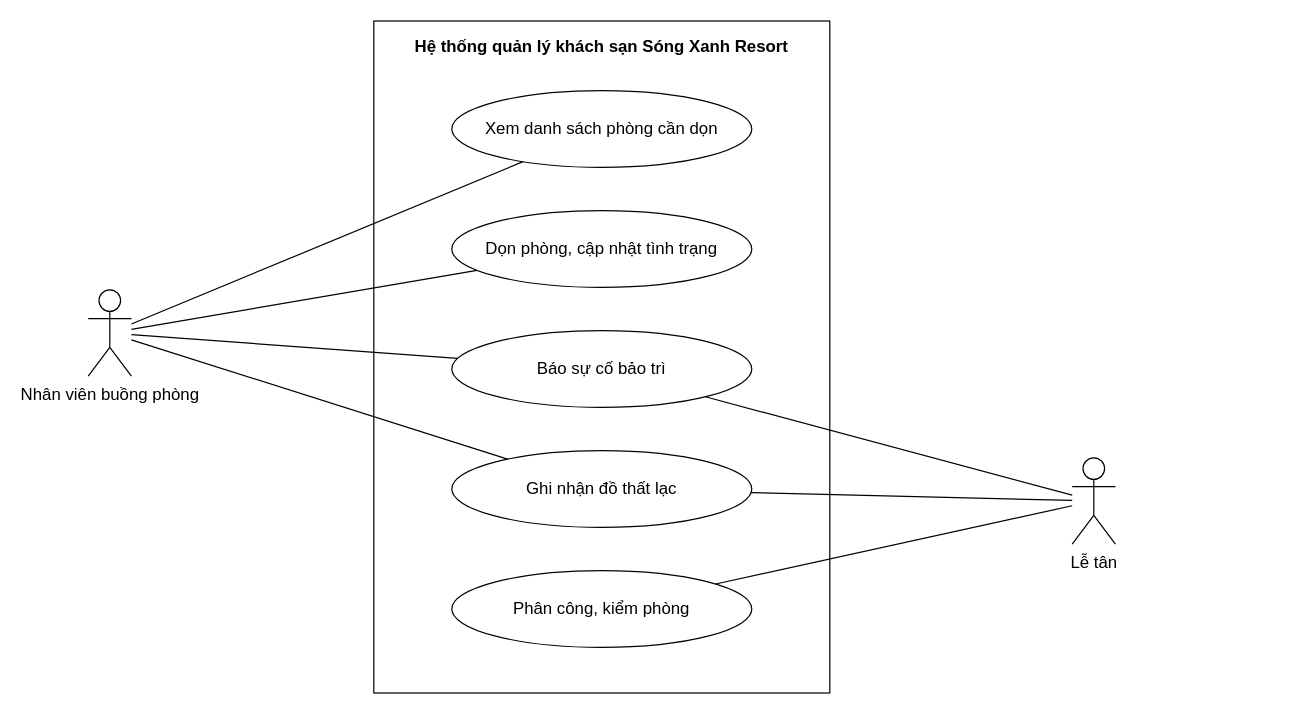
The draw.io diagram docs/use-case/ucn3-buong-phong.drawio in ngynquchn2511/beach-hotel, before the edit. Source tidied: cells renumbered, new cells numbered last; positions are measured from the earlier drawing's top-left corner, leaving out a move shared by most shapes. Both pictures are drawn from the tidied source at 120%, with x=0, y=0 at pixel (88, 20).
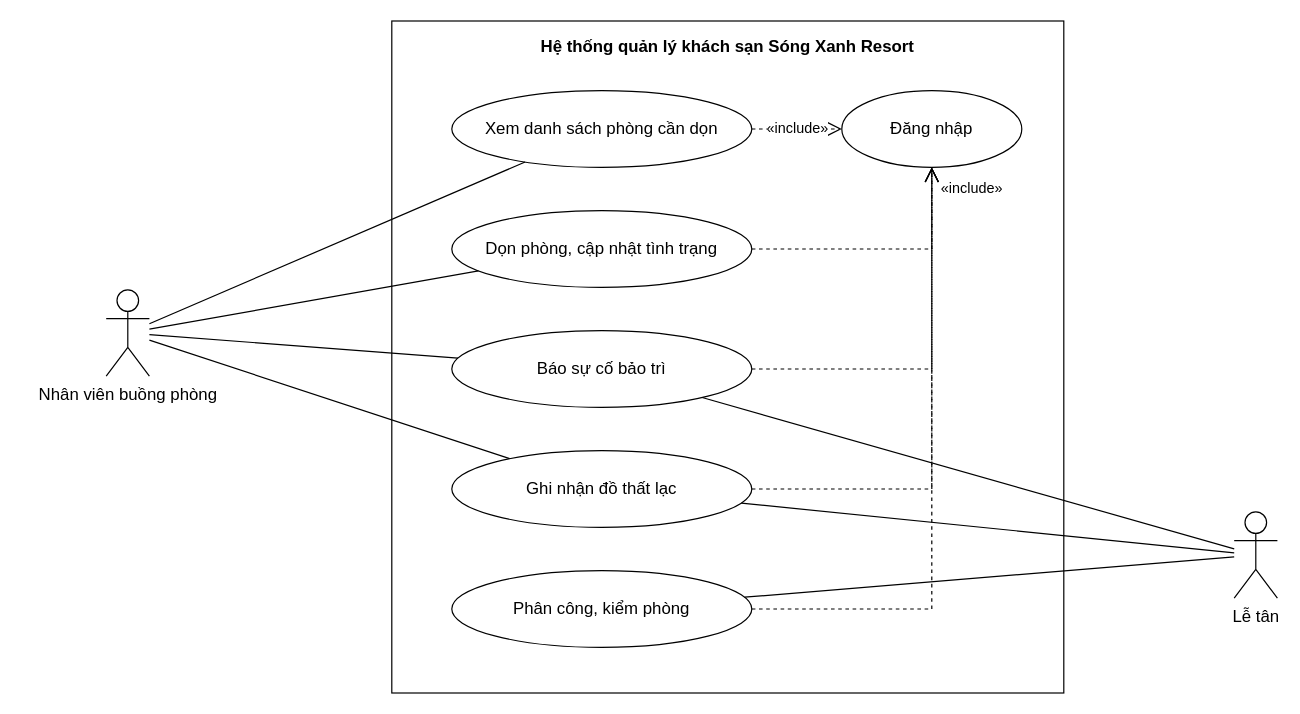
After the change.

The change refers to these unchanged cells:
```xml
<mxCell id="3" value="Xem danh sách phòng cần dọn" style="fontFamily=Arial;fontColor=#000000;ellipse;whiteSpace=wrap;html=1;fillColor=#FFFFFF;strokeColor=#000000;fontSize=14;" parent="1" vertex="1">
  <mxGeometry x="303" y="58" width="250" height="64" as="geometry" />
</mxCell>
<mxCell id="4" value="Dọn phòng, cập nhật tình trạng" style="fontFamily=Arial;fontColor=#000000;ellipse;whiteSpace=wrap;html=1;fillColor=#FFFFFF;strokeColor=#000000;fontSize=14;" parent="1" vertex="1">
  <mxGeometry x="303" y="158" width="250" height="64" as="geometry" />
</mxCell>
<mxCell id="5" value="Báo sự cố bảo trì" style="fontFamily=Arial;fontColor=#000000;ellipse;whiteSpace=wrap;html=1;fillColor=#FFFFFF;strokeColor=#000000;fontSize=14;" parent="1" vertex="1">
  <mxGeometry x="303" y="258" width="250" height="64" as="geometry" />
</mxCell>
<mxCell id="6" value="Ghi nhận đồ thất lạc" style="fontFamily=Arial;fontColor=#000000;ellipse;whiteSpace=wrap;html=1;fillColor=#FFFFFF;strokeColor=#000000;fontSize=14;" parent="1" vertex="1">
  <mxGeometry x="303" y="358" width="250" height="64" as="geometry" />
</mxCell>
<mxCell id="7" value="Phân công, kiểm phòng" style="fontFamily=Arial;fontColor=#000000;ellipse;whiteSpace=wrap;html=1;fillColor=#FFFFFF;strokeColor=#000000;fontSize=14;" parent="1" vertex="1">
  <mxGeometry x="303" y="458" width="250" height="64" as="geometry" />
</mxCell>
```

What changed in the source:
```diff
@@
     <mxCell id="2" value="Hệ thống quản lý khách sạn Sóng Xanh Resort" style="fontFamily=Arial;fontColor=#000000;rounded=0;whiteSpace=wrap;html=1;verticalAlign=top;fontStyle=1;fontSize=14;fillColor=none;strokeColor=#000000;spacingTop=6;" parent="1" vertex="1">
-      <mxGeometry x="238" width="380" height="560" as="geometry" />
+      <mxGeometry x="253" width="560" height="560" as="geometry" />
     </mxCell>
@@
-    <mxCell id="8" value="Nhân viên buồng phòng" style="fontFamily=Arial;fontColor=#000000;shape=umlActor;verticalLabelPosition=bottom;verticalAlign=top;html=1;outlineConnect=0;fillColor=#FFFFFF;strokeColor=#000000;fontSize=14;" parent="1" vertex="1">
-      <mxGeometry y="224" width="36" height="72" as="geometry" />
+    <mxCell id="8" value="Đăng nhập" style="fontFamily=Arial;fontColor=#000000;ellipse;whiteSpace=wrap;html=1;fillColor=#FFFFFF;strokeColor=#000000;fontSize=14;" parent="1" vertex="1">
+      <mxGeometry x="628" y="58" width="150" height="64" as="geometry" />
     </mxCell>
-    <mxCell id="9" value="Lễ tân" style="fontFamily=Arial;fontColor=#000000;shape=umlActor;verticalLabelPosition=bottom;verticalAlign=top;html=1;outlineConnect=0;fillColor=#FFFFFF;strokeColor=#000000;fontSize=14;" parent="1" vertex="1">
-      <mxGeometry x="820" y="364" width="36" height="72" as="geometry" />
-    </mxCell>
+    <mxCell id="17" value="«include»" style="fontFamily=Arial;fontColor=#000000;endArrow=open;endSize=10;dashed=1;html=1;strokeColor=#000000;rounded=0;fontSize=12;labelBackgroundColor=#FFFFFF;exitX=1;exitY=0.5;exitDx=0;exitDy=0;exitPerimeter=0;entryX=0;entryY=0.5;entryDx=0;entryDy=0;entryPerimeter=0;" parent="1" edge="1" source="3" target="8">
+      <mxGeometry relative="1" as="geometry" />
+    </mxCell>
-    <mxCell id="10" style="fontFamily=Arial;fontColor=#000000;endArrow=none;html=1;strokeColor=#000000;rounded=0;" parent="1" edge="1" source="8" target="3">
-      <mxGeometry relative="1" as="geometry" />
+    <mxCell id="10" style="fontFamily=Arial;fontColor=#000000;endArrow=open;endSize=10;dashed=1;html=1;strokeColor=#000000;rounded=0;fontSize=12;labelBackgroundColor=#FFFFFF;exitX=1;exitY=0.5;exitDx=0;exitDy=0;exitPerimeter=0;entryX=0.5;entryY=1;entryDx=0;entryDy=0;entryPerimeter=0;" parent="1" edge="1" source="4" target="8">
+      <mxGeometry relative="1" as="geometry">
+        <Array as="points">
+          <mxPoint x="703" y="190" />
+        </Array>
+      </mxGeometry>
     </mxCell>
-    <mxCell id="11" style="fontFamily=Arial;fontColor=#000000;endArrow=none;html=1;strokeColor=#000000;rounded=0;" parent="1" edge="1" source="8" target="4">
-      <mxGeometry relative="1" as="geometry" />
+    <mxCell id="11" style="fontFamily=Arial;fontColor=#000000;endArrow=open;endSize=10;dashed=1;html=1;strokeColor=#000000;rounded=0;fontSize=12;labelBackgroundColor=#FFFFFF;exitX=1;exitY=0.5;exitDx=0;exitDy=0;exitPerimeter=0;entryX=0.5;entryY=1;entryDx=0;entryDy=0;entryPerimeter=0;" parent="1" edge="1" source="5" target="8">
+      <mxGeometry relative="1" as="geometry">
+        <Array as="points">
+          <mxPoint x="703" y="290" />
+        </Array>
+      </mxGeometry>
     </mxCell>
-    <mxCell id="12" style="fontFamily=Arial;fontColor=#000000;endArrow=none;html=1;strokeColor=#000000;rounded=0;" parent="1" edge="1" source="8" target="5">
-      <mxGeometry relative="1" as="geometry" />
+    <mxCell id="12" style="fontFamily=Arial;fontColor=#000000;endArrow=open;endSize=10;dashed=1;html=1;strokeColor=#000000;rounded=0;fontSize=12;labelBackgroundColor=#FFFFFF;exitX=1;exitY=0.5;exitDx=0;exitDy=0;exitPerimeter=0;entryX=0.5;entryY=1;entryDx=0;entryDy=0;entryPerimeter=0;" parent="1" edge="1" source="6" target="8">
+      <mxGeometry relative="1" as="geometry">
+        <Array as="points">
+          <mxPoint x="703" y="390" />
+        </Array>
+      </mxGeometry>
     </mxCell>
-    <mxCell id="13" style="fontFamily=Arial;fontColor=#000000;endArrow=none;html=1;strokeColor=#000000;rounded=0;" parent="1" edge="1" source="8" target="6">
-      <mxGeometry relative="1" as="geometry" />
+    <mxCell id="13" style="fontFamily=Arial;fontColor=#000000;endArrow=open;endSize=10;dashed=1;html=1;strokeColor=#000000;rounded=0;fontSize=12;labelBackgroundColor=#FFFFFF;exitX=1;exitY=0.5;exitDx=0;exitDy=0;exitPerimeter=0;entryX=0.5;entryY=1;entryDx=0;entryDy=0;entryPerimeter=0;" parent="1" edge="1" source="7" target="8">
+      <mxGeometry relative="1" as="geometry">
+        <Array as="points">
+          <mxPoint x="703" y="490" />
+        </Array>
+      </mxGeometry>
     </mxCell>
+    <mxCell id="18" value="«include»" style="fontFamily=Arial;fontColor=#000000;text;html=1;align=left;verticalAlign=middle;fontSize=12;strokeColor=none;fillColor=none;" parent="1" vertex="1">
+      <mxGeometry x="709" y="130" width="80" height="20" as="geometry" />
+    </mxCell>
+    <mxCell id="19" value="Nhân viên buồng phòng" style="fontFamily=Arial;fontColor=#000000;shape=umlActor;verticalLabelPosition=bottom;verticalAlign=top;html=1;outlineConnect=0;fillColor=#FFFFFF;strokeColor=#000000;fontSize=14;" parent="1" vertex="1">
+      <mxGeometry x="15" y="224" width="36" height="72" as="geometry" />
+    </mxCell>
+    <mxCell id="9" value="Lễ tân" style="fontFamily=Arial;fontColor=#000000;shape=umlActor;verticalLabelPosition=bottom;verticalAlign=top;html=1;outlineConnect=0;fillColor=#FFFFFF;strokeColor=#000000;fontSize=14;" parent="1" vertex="1">
+      <mxGeometry x="955" y="409" width="36" height="72" as="geometry" />
+    </mxCell>
+    <mxCell id="20" style="fontFamily=Arial;fontColor=#000000;endArrow=none;html=1;strokeColor=#000000;rounded=0;" parent="1" edge="1" source="19" target="3">
+      <mxGeometry relative="1" as="geometry" />
+    </mxCell>
+    <mxCell id="21" style="fontFamily=Arial;fontColor=#000000;endArrow=none;html=1;strokeColor=#000000;rounded=0;" parent="1" edge="1" source="19" target="4">
+      <mxGeometry relative="1" as="geometry" />
+    </mxCell>
+    <mxCell id="22" style="fontFamily=Arial;fontColor=#000000;endArrow=none;html=1;strokeColor=#000000;rounded=0;" parent="1" edge="1" source="19" target="5">
+      <mxGeometry relative="1" as="geometry" />
+    </mxCell>
+    <mxCell id="23" style="fontFamily=Arial;fontColor=#000000;endArrow=none;html=1;strokeColor=#000000;rounded=0;" parent="1" edge="1" source="19" target="6">
+      <mxGeometry relative="1" as="geometry" />
+    </mxCell>
```
